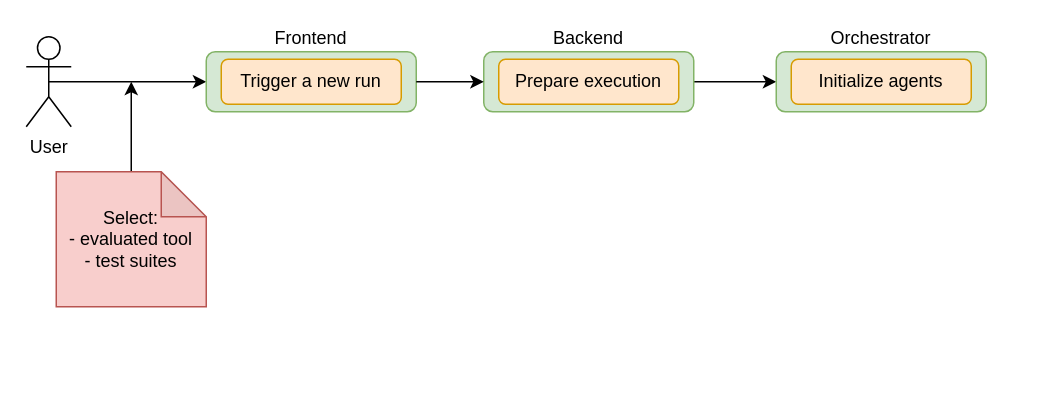
The draw.io diagram page "New run" (3 of 3) of SAVE_cloud-test-run.drawio in diktat-static-analysis/save-diagram, before the edit. Source tidied: cells renumbered, new cells numbered last; positions are measured from the earlier drawing's top-left corner, leaving out a move shared by most shapes. Both pictures are drawn from the tidied source at 150%, with x=0, y=0 at pixel (26, 36).
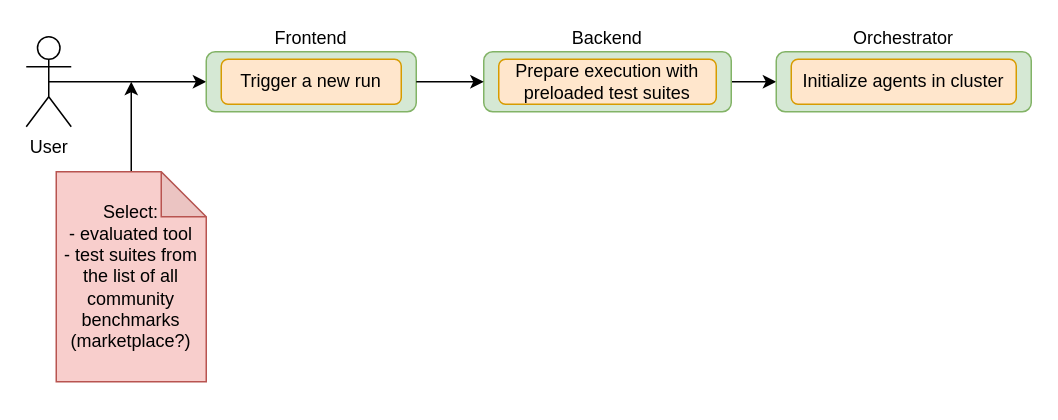
Above is the later version.

Diff of the diagram source:
```diff
@@
 <mxGraphModel>
   <root>
     <mxCell id="0" />
     <mxCell id="1" parent="0" />
     <mxCell id="2" style="edgeStyle=orthogonalEdgeStyle;rounded=0;jettySize=auto;html=1;exitX=0.5;exitY=0.5;exitDx=0;exitDy=0;exitPerimeter=0;entryX=0;entryY=0.5;entryDx=0;entryDy=0;startArrow=none;startFill=0;endArrow=classic;endFill=1;" parent="1" edge="1" source="3" target="4">
       <mxGeometry relative="1" as="geometry">
         <Array as="points">
           <mxPoint x="70" y="30" />
           <mxPoint x="70" y="30" />
         </Array>
       </mxGeometry>
     </mxCell>
     <mxCell id="3" value="User" style="shape=umlActor;verticalLabelPosition=bottom;verticalAlign=top;html=1;outlineConnect=0;" parent="1" vertex="1">
       <mxGeometry width="30" height="60" as="geometry" />
     </mxCell>
     <mxCell id="4" value="Frontend" style="rounded=1;whiteSpace=wrap;html=1;labelPosition=center;verticalLabelPosition=top;align=center;verticalAlign=bottom;fillColor=#d5e8d4;strokeColor=#82b366;" parent="1" vertex="1">
       <mxGeometry x="120" y="10" width="140" height="40" as="geometry" />
     </mxCell>
     <mxCell id="5" style="edgeStyle=orthogonalEdgeStyle;rounded=0;jettySize=auto;html=1;exitX=1;exitY=0.5;exitDx=0;exitDy=0;entryX=0;entryY=0.5;entryDx=0;entryDy=0;startArrow=none;startFill=0;endArrow=classic;endFill=1;" parent="1" edge="1" source="6" target="9">
       <mxGeometry relative="1" as="geometry" />
     </mxCell>
     <mxCell id="6" value="Backend" style="rounded=1;whiteSpace=wrap;html=1;fillColor=#d5e8d4;strokeColor=#82b366;labelPosition=center;verticalLabelPosition=top;align=center;verticalAlign=bottom;" parent="1" vertex="1">
-      <mxGeometry x="305" y="10" width="140" height="40" as="geometry" />
+      <mxGeometry x="305" y="10" width="165" height="40" as="geometry" />
     </mxCell>
-    <mxCell id="7" value="Prepare execution" style="rounded=1;whiteSpace=wrap;html=1;fillColor=#ffe6cc;strokeColor=#d79b00;" parent="1" vertex="1">
-      <mxGeometry x="315" y="15" width="120" height="30" as="geometry" />
+    <mxCell id="7" value="Prepare execution with preloaded test suites" style="rounded=1;whiteSpace=wrap;html=1;fillColor=#ffe6cc;strokeColor=#d79b00;" parent="1" vertex="1">
+      <mxGeometry x="315" y="15" width="145" height="30" as="geometry" />
     </mxCell>
     <mxCell id="8" style="edgeStyle=orthogonalEdgeStyle;rounded=0;jettySize=auto;html=1;exitX=1;exitY=0.5;exitDx=0;exitDy=0;entryX=0;entryY=0.5;entryDx=0;entryDy=0;startArrow=none;startFill=0;endArrow=classic;endFill=1;" parent="1" edge="1" source="4" target="6">
       <mxGeometry relative="1" as="geometry" />
     </mxCell>
     <mxCell id="9" value="Orchestrator" style="rounded=1;whiteSpace=wrap;html=1;labelPosition=center;verticalLabelPosition=top;align=center;verticalAlign=bottom;fillColor=#d5e8d4;strokeColor=#82b366;" parent="1" vertex="1">
-      <mxGeometry x="500" y="10" width="140" height="40" as="geometry" />
+      <mxGeometry x="500" y="10" width="170" height="40" as="geometry" />
     </mxCell>
-    <mxCell id="10" value="Initialize agents" style="rounded=1;whiteSpace=wrap;html=1;fillColor=#ffe6cc;strokeColor=#d79b00;" parent="1" vertex="1">
-      <mxGeometry x="510" y="15" width="120" height="30" as="geometry" />
+    <mxCell id="10" value="Initialize agents in cluster" style="rounded=1;whiteSpace=wrap;html=1;fillColor=#ffe6cc;strokeColor=#d79b00;" parent="1" vertex="1">
+      <mxGeometry x="510" y="15" width="150" height="30" as="geometry" />
     </mxCell>
     <mxCell id="11" value="Trigger a new run" style="rounded=1;whiteSpace=wrap;html=1;fillColor=#ffe6cc;strokeColor=#d79b00;" parent="1" vertex="1">
       <mxGeometry x="130" y="15" width="120" height="30" as="geometry" />
     </mxCell>
     <mxCell id="12" style="edgeStyle=orthogonalEdgeStyle;rounded=0;jettySize=auto;html=1;exitX=0.5;exitY=0;exitDx=0;exitDy=0;exitPerimeter=0;startArrow=none;startFill=0;endArrow=classic;endFill=1;" parent="1" edge="1" source="13">
       <mxGeometry relative="1" as="geometry">
         <mxPoint x="70" y="30" as="targetPoint" />
       </mxGeometry>
     </mxCell>
-    <mxCell id="13" value="Select:&lt;br&gt;- evaluated tool&lt;br&gt;- test suites" style="shape=note;whiteSpace=wrap;html=1;backgroundOutline=1;darkOpacity=0.05;fillColor=#f8cecc;strokeColor=#b85450;" parent="1" vertex="1">
-      <mxGeometry x="20" y="90" width="100" height="90" as="geometry" />
+    <mxCell id="13" value="Select:&lt;br&gt;- evaluated tool&lt;br&gt;- test suites from the list of all community benchmarks (marketplace?)" style="shape=note;whiteSpace=wrap;html=1;backgroundOutline=1;darkOpacity=0.05;fillColor=#f8cecc;strokeColor=#b85450;" parent="1" vertex="1">
+      <mxGeometry x="20" y="90" width="100" height="140" as="geometry" />
     </mxCell>
+    <mxCell id="14" style="edgeStyle=orthogonalEdgeStyle;rounded=0;orthogonalLoop=1;jettySize=auto;html=1;exitX=0.5;exitY=1;exitDx=0;exitDy=0;exitPerimeter=0;startArrow=none;startFill=0;endArrow=classic;endFill=1;" parent="1" edge="1" source="13" target="13">
+      <mxGeometry relative="1" as="geometry" />
+    </mxCell>
   </root>
 </mxGraphModel>
```
